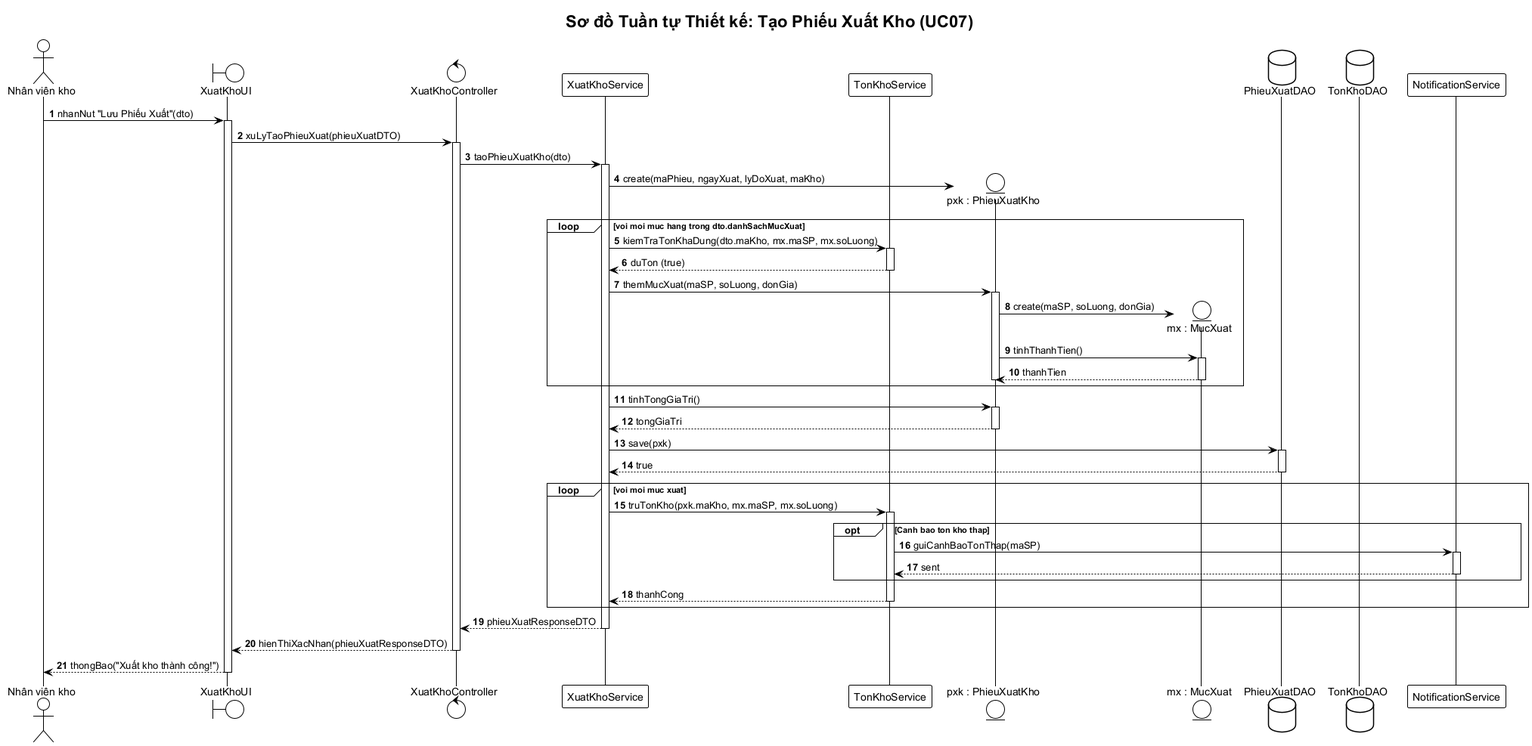
Before: BTL-QuanLyKhoHang/diagrams/sequence-xuat-kho.png, a diagram exported from PlantUML (vuhoabinh2416137/G8_Quanlysanphamvakhohang).
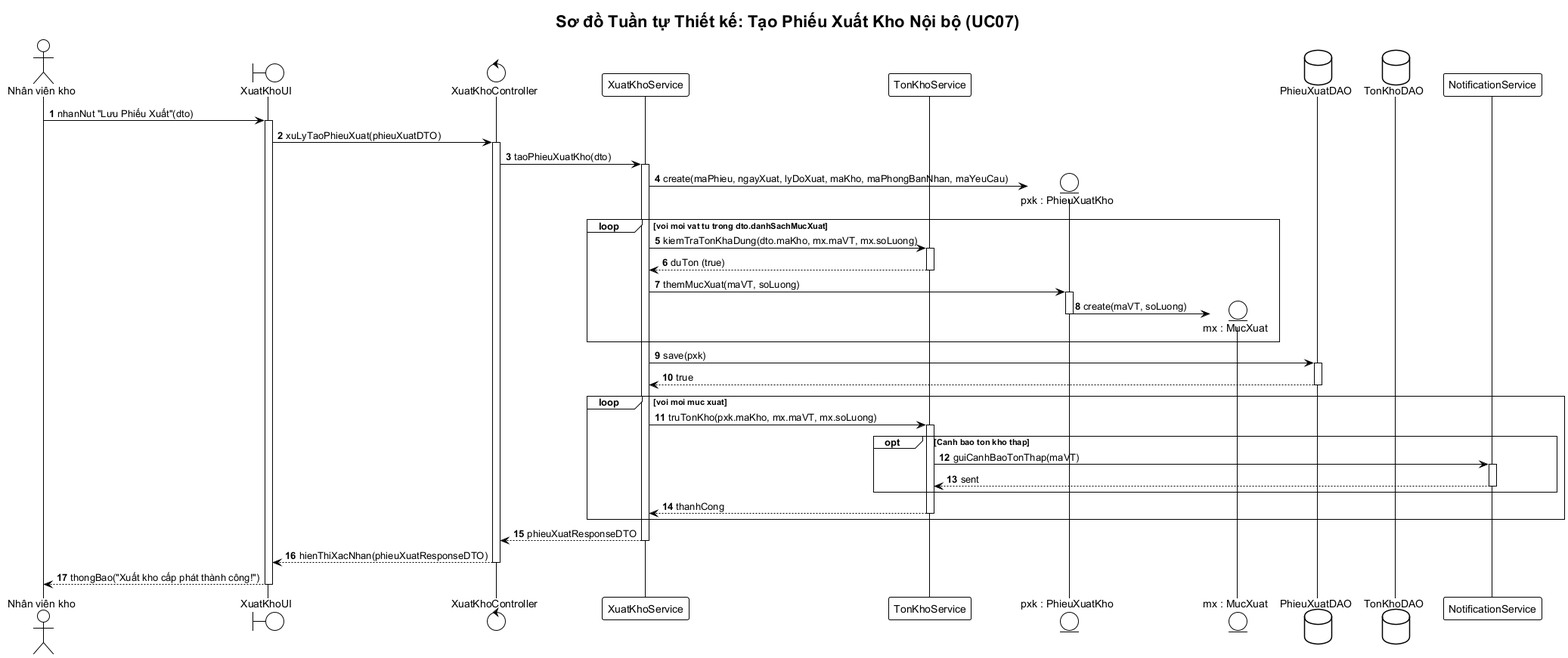
After the commit.

What changed in the source:
```diff
@@ -4,7 +4,7 @@
 skinparam responseMessageBelowArrow true
 skinparam defaultFontName "Arial"
 
-title Sơ đồ Tuần tự Thiết kế: Tạo Phiếu Xuất Kho (UC07)
+title Sơ đồ Tuần tự Thiết kế: Tạo Phiếu Xuất Kho Nội bộ (UC07)
 
 actor "Nhân viên kho" as NV
 boundary "XuatKhoUI" as UI
@@ -25,28 +25,19 @@
 Ctrl -> Service: taoPhieuXuatKho(dto)
 activate Service
 
-Service -> PXK**: create(maPhieu, ngayXuat, lyDoXuat, maKho)
+Service -> PXK**: create(maPhieu, ngayXuat, lyDoXuat, maKho, maPhongBanNhan, maYeuCau)
 
-loop voi moi muc hang trong dto.danhSachMucXuat
-    Service -> TKService: kiemTraTonKhaDung(dto.maKho, mx.maSP, mx.soLuong)
+loop voi moi vat tu trong dto.danhSachMucXuat
+    Service -> TKService: kiemTraTonKhaDung(dto.maKho, mx.maVT, mx.soLuong)
     activate TKService
     TKService --> Service: duTon (true)
     deactivate TKService
 
-    Service -> PXK: themMucXuat(maSP, soLuong, donGia)
+    Service -> PXK: themMucXuat(maVT, soLuong)
     activate PXK
-    PXK -> MX**: create(maSP, soLuong, donGia)
-    PXK -> MX: tinhThanhTien()
-    activate MX
-    MX --> PXK: thanhTien
-    deactivate MX
+    PXK -> MX**: create(maVT, soLuong)
     deactivate PXK
 end
-
-Service -> PXK: tinhTongGiaTri()
-activate PXK
-PXK --> Service: tongGiaTri
-deactivate PXK
 
 Service -> PXDAO: save(pxk)
 activate PXDAO
@@ -54,10 +45,10 @@
 deactivate PXDAO
 
 loop voi moi muc xuat
-    Service -> TKService: truTonKho(pxk.maKho, mx.maSP, mx.soLuong)
+    Service -> TKService: truTonKho(pxk.maKho, mx.maVT, mx.soLuong)
     activate TKService
     opt Canh bao ton kho thap
-        TKService -> NotifService: guiCanhBaoTonThap(maSP)
+        TKService -> NotifService: guiCanhBaoTonThap(maVT)
         activate NotifService
         NotifService --> TKService: sent
         deactivate NotifService
@@ -72,6 +63,6 @@
 Ctrl --> UI: hienThiXacNhan(phieuXuatResponseDTO)
 deactivate Ctrl
 
-UI --> NV: thongBao("Xuất kho thành công!")
+UI --> NV: thongBao("Xuất kho cấp phát thành công!")
 deactivate UI
 @enduml
```
